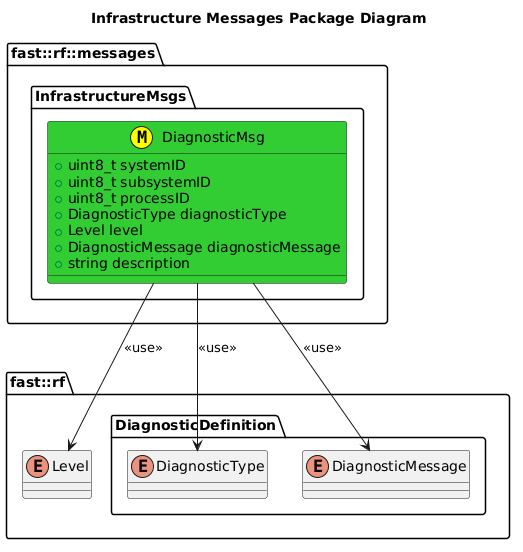
This is msgs/InfrastructureMsgs/doc/puml/InfrastructureMessagesClassDiagram.png from fastrobotics/robot_framework, a PlantUML export, as it was before one commit.
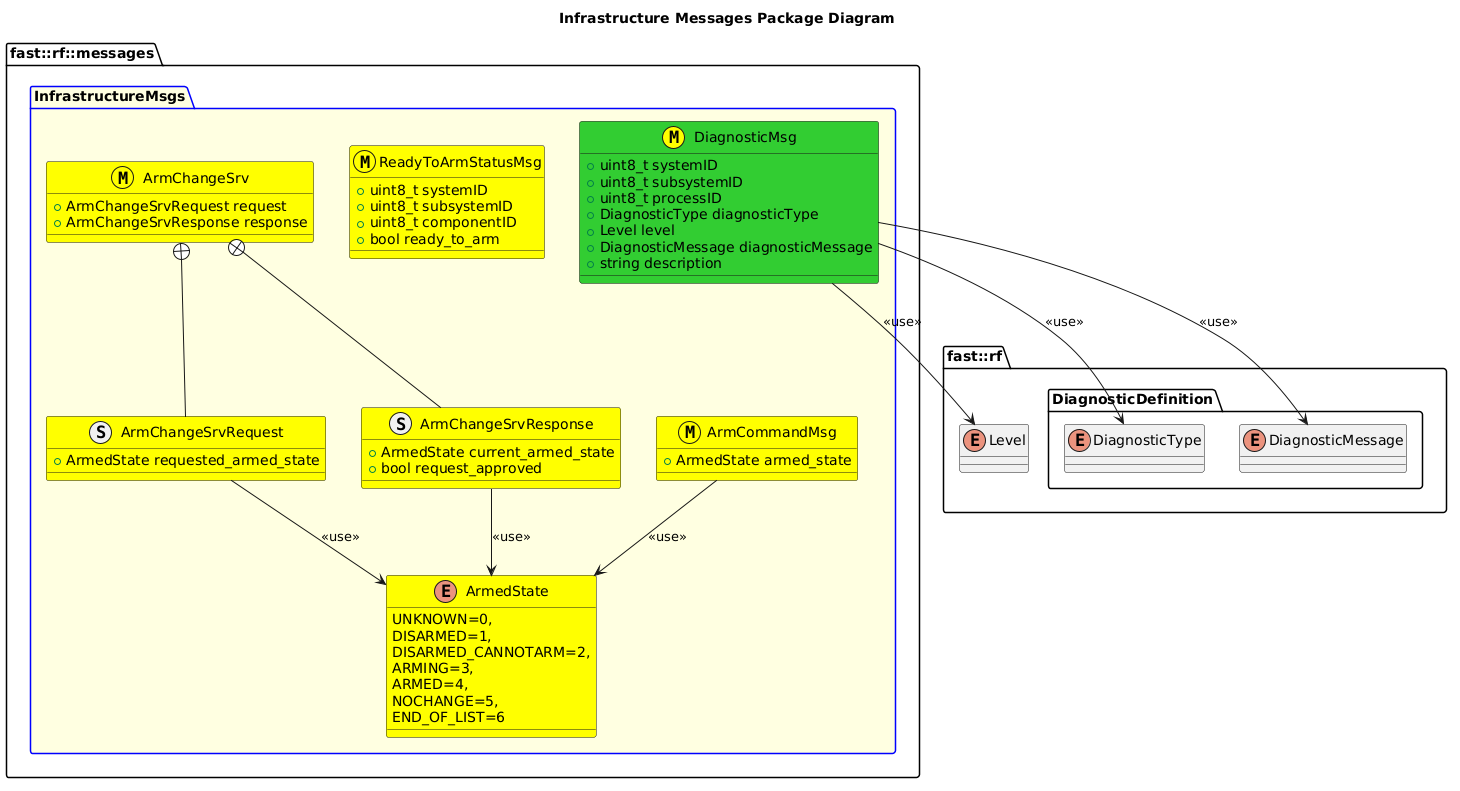
After the change.

The edit, as a diff of the source:
```diff
@@ -9,7 +9,44 @@
 
 }
 namespace fast::rf::messages {
-  namespace InfrastructureMsgs  {
+  package InfrastructureMsgs #LightYellow;line:blue  {
+    enum ArmedState #Yellow {
+      UNKNOWN=0,
+      DISARMED=1,
+      DISARMED_CANNOTARM=2,
+      ARMING=3,
+      ARMED=4,
+      NOCHANGE=5,
+      END_OF_LIST=6
+
+    }
+    class ArmCommandMsg <<(M,#FFFF00)>> #Yellow {
+      +ArmedState armed_state
+    }
+    ArmCommandMsg --> ArmedState: <<use>>
+    struct ArmChangeSrvRequest #Yellow {
+      +ArmedState requested_armed_state
+
+    }
+    ArmChangeSrvRequest --> ArmedState: <<use>>
+    struct ArmChangeSrvResponse #Yellow {
+      +ArmedState current_armed_state
+      +bool request_approved
+
+    }
+    ArmChangeSrvResponse --> ArmedState: <<use>>
+    class ArmChangeSrv <<(M,#FFFF00)>> #Yellow {
+      +ArmChangeSrvRequest request
+      +ArmChangeSrvResponse response
+    }
+    ArmChangeSrv +-- ArmChangeSrvRequest
+    ArmChangeSrv +-- ArmChangeSrvResponse
+    class ReadyToArmStatusMsg <<(M,#FFFF00)>> #Yellow {
+      +uint8_t systemID
+      +uint8_t subsystemID
+      +uint8_t componentID
+      +bool ready_to_arm
+    }
     class DiagnosticMsg <<(M,#FFFF00)>> #LimeGreen {
       +uint8_t systemID
       +uint8_t subsystemID
```
